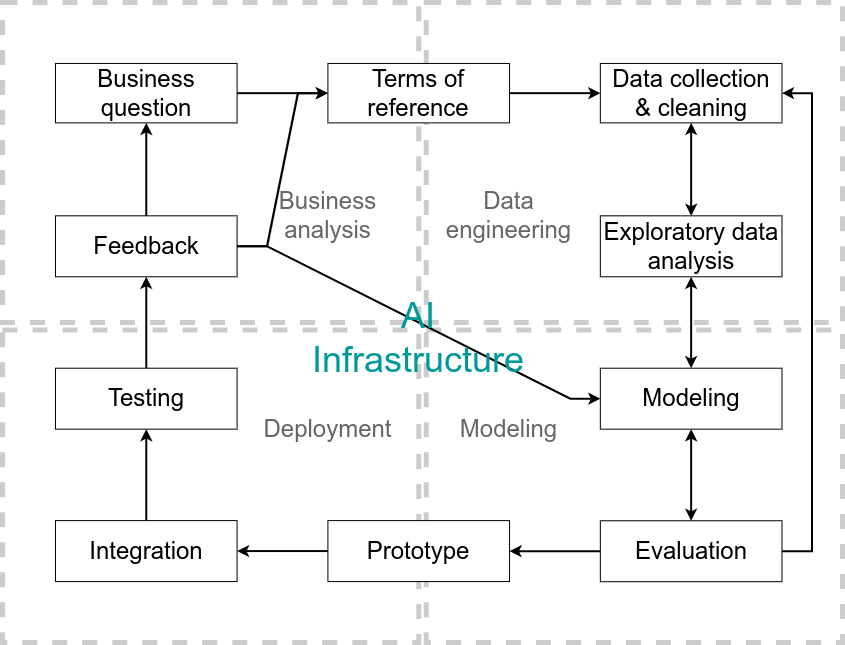
Above: diagrams/ai_project_development_life_cycle.drawio.png in ryndovaira-org/data_science_lectures (draw.io), before the change. Source tidied: cells renumbered, new cells last; positions are measured from the earlier drawing's top-left corner, leaving out a move shared by most shapes.
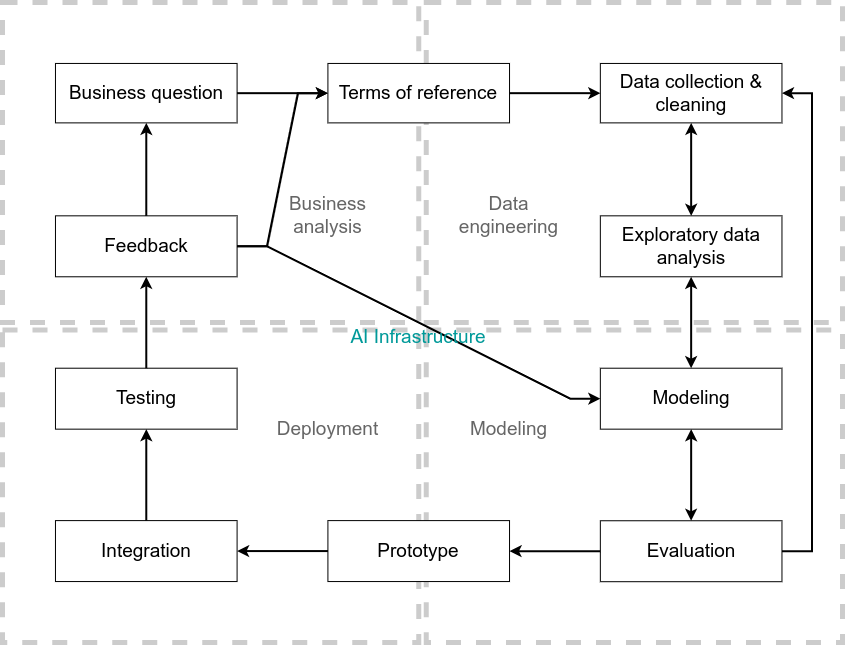
Above is the later version.

What changed in the source:
```diff
@@ -2,103 +2,103 @@
   <root>
     <mxCell id="0" />
     <mxCell id="1" parent="0" />
-    <mxCell id="2" style="group;" parent="1" vertex="1">
+    <mxCell id="2" style="group;fontSize=19;" parent="1" vertex="1">
       <mxGeometry width="840" height="640" as="geometry" />
     </mxCell>
-    <mxCell id="3" style="rounded=0;whiteSpace=wrap;html=1;strokeColor=#CCCCCC;fontFamily=Helvetica;fontSize=12;fontColor=default;fillColor=none;dashed=1;strokeWidth=5;" parent="2" vertex="1">
+    <mxCell id="3" style="rounded=0;whiteSpace=wrap;html=1;strokeColor=#CCCCCC;fontFamily=Helvetica;fontSize=19;fontColor=default;fillColor=none;dashed=1;strokeWidth=5;" parent="2" vertex="1">
       <mxGeometry width="416.2" height="320" as="geometry" />
     </mxCell>
-    <mxCell id="4" style="rounded=0;whiteSpace=wrap;html=1;strokeColor=#CCCCCC;fontFamily=Helvetica;fontSize=12;fontColor=default;fillColor=none;dashed=1;strokeWidth=5;" parent="2" vertex="1">
+    <mxCell id="4" style="rounded=0;whiteSpace=wrap;html=1;strokeColor=#CCCCCC;fontFamily=Helvetica;fontSize=19;fontColor=default;fillColor=none;dashed=1;strokeWidth=5;" parent="2" vertex="1">
       <mxGeometry y="327.6" width="416.2" height="312.4" as="geometry" />
     </mxCell>
-    <mxCell id="5" style="rounded=0;whiteSpace=wrap;html=1;strokeColor=#CCCCCC;fontFamily=Helvetica;fontSize=12;fontColor=default;fillColor=none;dashed=1;strokeWidth=5;" parent="2" vertex="1">
+    <mxCell id="5" style="rounded=0;whiteSpace=wrap;html=1;strokeColor=#CCCCCC;fontFamily=Helvetica;fontSize=19;fontColor=default;fillColor=none;dashed=1;strokeWidth=5;" parent="2" vertex="1">
       <mxGeometry x="423.8" width="416.2" height="320" as="geometry" />
     </mxCell>
-    <mxCell id="6" style="rounded=0;whiteSpace=wrap;html=1;strokeColor=#CCCCCC;fontFamily=Helvetica;fontSize=12;fontColor=default;fillColor=none;dashed=1;strokeWidth=5;" parent="2" vertex="1">
+    <mxCell id="6" style="rounded=0;whiteSpace=wrap;html=1;strokeColor=#CCCCCC;fontFamily=Helvetica;fontSize=19;fontColor=default;fillColor=none;dashed=1;strokeWidth=5;" parent="2" vertex="1">
       <mxGeometry x="423.8" y="327.6" width="416.2" height="312.4" as="geometry" />
     </mxCell>
-    <mxCell id="7" value="&lt;font style=&quot;font-size: 24px;&quot;&gt;Business question&lt;/font&gt;" style="rounded=0;whiteSpace=wrap;html=1;" parent="2" vertex="1">
+    <mxCell id="7" value="&lt;font style=&quot;font-size: 19px;&quot;&gt;Business question&lt;/font&gt;" style="rounded=0;whiteSpace=wrap;html=1;fontSize=19;" parent="2" vertex="1">
       <mxGeometry x="53" y="61" width="181.6" height="59.4" as="geometry" />
     </mxCell>
-    <mxCell id="8" value="&lt;font style=&quot;font-size: 24px;&quot;&gt;Feedback&lt;/font&gt;" style="rounded=0;whiteSpace=wrap;html=1;" parent="2" vertex="1">
+    <mxCell id="8" value="&lt;font style=&quot;font-size: 19px;&quot;&gt;Feedback&lt;/font&gt;" style="rounded=0;whiteSpace=wrap;html=1;fontSize=19;" parent="2" vertex="1">
       <mxGeometry x="53" y="213.3" width="181.6" height="61" as="geometry" />
     </mxCell>
-    <mxCell id="9" style="edgeStyle=orthogonalEdgeStyle;rounded=0;jettySize=auto;html=1;strokeWidth=2;" parent="2" edge="1" source="8" target="7">
+    <mxCell id="9" style="edgeStyle=orthogonalEdgeStyle;rounded=0;jettySize=auto;html=1;strokeWidth=2;fontSize=19;" parent="2" edge="1" source="8" target="7">
       <mxGeometry relative="1" as="geometry" />
     </mxCell>
-    <mxCell id="10" value="&lt;font style=&quot;font-size: 24px;&quot;&gt;Terms of reference&lt;/font&gt;" style="rounded=0;whiteSpace=wrap;html=1;" parent="2" vertex="1">
+    <mxCell id="10" value="&lt;font style=&quot;font-size: 19px;&quot;&gt;Terms of reference&lt;/font&gt;" style="rounded=0;whiteSpace=wrap;html=1;fontSize=19;" parent="2" vertex="1">
       <mxGeometry x="325.4" y="61" width="181.6" height="59.4" as="geometry" />
     </mxCell>
-    <mxCell id="11" style="edgeStyle=orthogonalEdgeStyle;rounded=0;jettySize=auto;html=1;strokeWidth=2;" parent="2" edge="1" source="7" target="10">
+    <mxCell id="11" style="edgeStyle=orthogonalEdgeStyle;rounded=0;jettySize=auto;html=1;strokeWidth=2;fontSize=19;" parent="2" edge="1" source="7" target="10">
       <mxGeometry relative="1" as="geometry" />
     </mxCell>
-    <mxCell id="12" style="rounded=0;jettySize=auto;html=1;fontFamily=Helvetica;fontSize=12;fontColor=default;edgeStyle=entityRelationEdgeStyle;strokeWidth=2;" parent="2" edge="1" source="8" target="10">
+    <mxCell id="12" style="rounded=0;jettySize=auto;html=1;fontFamily=Helvetica;fontSize=19;fontColor=default;edgeStyle=entityRelationEdgeStyle;strokeWidth=2;" parent="2" edge="1" source="8" target="10">
       <mxGeometry relative="1" as="geometry" />
     </mxCell>
-    <mxCell id="13" value="&lt;font style=&quot;font-size: 24px;&quot;&gt;Data collection &amp;amp; cleaning&lt;/font&gt;" style="rounded=0;whiteSpace=wrap;html=1;" parent="2" vertex="1">
+    <mxCell id="13" value="&lt;font style=&quot;font-size: 19px;&quot;&gt;Data collection &amp;amp; cleaning&lt;/font&gt;" style="rounded=0;whiteSpace=wrap;html=1;fontSize=19;" parent="2" vertex="1">
       <mxGeometry x="597.8" y="61" width="181.6" height="59.4" as="geometry" />
     </mxCell>
-    <mxCell id="14" style="edgeStyle=orthogonalEdgeStyle;rounded=0;jettySize=auto;html=1;strokeWidth=2;" parent="2" edge="1" source="10" target="13">
+    <mxCell id="14" style="edgeStyle=orthogonalEdgeStyle;rounded=0;jettySize=auto;html=1;strokeWidth=2;fontSize=19;" parent="2" edge="1" source="10" target="13">
       <mxGeometry relative="1" as="geometry" />
     </mxCell>
-    <mxCell id="15" value="&lt;font style=&quot;font-size: 24px;&quot;&gt;Exploratory data analysis&lt;/font&gt;" style="rounded=0;whiteSpace=wrap;html=1;" parent="2" vertex="1">
+    <mxCell id="15" value="&lt;font style=&quot;font-size: 19px;&quot;&gt;Exploratory data analysis&lt;/font&gt;" style="rounded=0;whiteSpace=wrap;html=1;fontSize=19;" parent="2" vertex="1">
       <mxGeometry x="597.8" y="213.3" width="181.6" height="61" as="geometry" />
     </mxCell>
-    <mxCell id="16" style="endArrow=classic;startArrow=classic;rounded=0;jettySize=auto;html=1;fontFamily=Helvetica;fontSize=12;fontColor=default;strokeWidth=2;" parent="2" edge="1" source="15" target="13">
+    <mxCell id="16" style="endArrow=classic;startArrow=classic;rounded=0;jettySize=auto;html=1;fontFamily=Helvetica;fontSize=19;fontColor=default;strokeWidth=2;" parent="2" edge="1" source="15" target="13">
       <mxGeometry relative="1" as="geometry" />
     </mxCell>
-    <mxCell id="17" value="&lt;font style=&quot;font-size: 24px;&quot;&gt;Evaluation&lt;/font&gt;" style="rounded=0;whiteSpace=wrap;html=1;" parent="2" vertex="1">
+    <mxCell id="17" value="&lt;font style=&quot;font-size: 19px;&quot;&gt;Evaluation&lt;/font&gt;" style="rounded=0;whiteSpace=wrap;html=1;fontSize=19;" parent="2" vertex="1">
       <mxGeometry x="597.8" y="518.2" width="181.6" height="61" as="geometry" />
     </mxCell>
-    <mxCell id="18" style="edgeStyle=entityRelationEdgeStyle;rounded=0;jettySize=auto;html=1;fontFamily=Helvetica;fontSize=12;fontColor=default;strokeWidth=2;" parent="2" edge="1" source="17" target="13">
+    <mxCell id="18" style="edgeStyle=entityRelationEdgeStyle;rounded=0;jettySize=auto;html=1;fontFamily=Helvetica;fontSize=19;fontColor=default;strokeWidth=2;" parent="2" edge="1" source="17" target="13">
       <mxGeometry relative="1" as="geometry" />
     </mxCell>
-    <mxCell id="19" value="&lt;font style=&quot;font-size: 24px;&quot;&gt;Modeling&lt;/font&gt;" style="rounded=0;whiteSpace=wrap;html=1;" parent="2" vertex="1">
+    <mxCell id="19" value="&lt;font style=&quot;font-size: 19px;&quot;&gt;Modeling&lt;/font&gt;" style="rounded=0;whiteSpace=wrap;html=1;fontSize=19;" parent="2" vertex="1">
       <mxGeometry x="597.8" y="365.7" width="181.6" height="61" as="geometry" />
     </mxCell>
-    <mxCell id="20" style="endArrow=classic;startArrow=classic;rounded=0;jettySize=auto;html=1;strokeWidth=2;" parent="2" edge="1" source="15" target="19">
+    <mxCell id="20" style="endArrow=classic;startArrow=classic;rounded=0;jettySize=auto;html=1;strokeWidth=2;fontSize=19;" parent="2" edge="1" source="15" target="19">
       <mxGeometry relative="1" as="geometry" />
     </mxCell>
-    <mxCell id="21" style="endArrow=classic;startArrow=classic;rounded=0;jettySize=auto;html=1;strokeWidth=2;" parent="2" edge="1" source="19" target="17">
+    <mxCell id="21" style="endArrow=classic;startArrow=classic;rounded=0;jettySize=auto;html=1;strokeWidth=2;fontSize=19;" parent="2" edge="1" source="19" target="17">
       <mxGeometry relative="1" as="geometry" />
     </mxCell>
-    <mxCell id="22" value="&lt;font color=&quot;#666666&quot; style=&quot;font-size: 24px;&quot;&gt;Deployment&lt;/font&gt;" style="text;html=1;strokeColor=none;fillColor=none;align=center;verticalAlign=middle;whiteSpace=wrap;rounded=0;fontSize=12;fontFamily=Helvetica;fontColor=default;" parent="2" vertex="1">
+    <mxCell id="22" value="&lt;font color=&quot;#666666&quot; style=&quot;font-size: 19px;&quot;&gt;Deployment&lt;/font&gt;" style="text;html=1;strokeColor=none;fillColor=none;align=center;verticalAlign=middle;whiteSpace=wrap;rounded=0;fontSize=19;fontFamily=Helvetica;fontColor=default;" parent="2" vertex="1">
       <mxGeometry x="264.9" y="396.2" width="121.1" height="61" as="geometry" />
     </mxCell>
-    <mxCell id="23" value="&lt;font style=&quot;font-size: 24px;&quot;&gt;Testing&lt;/font&gt;" style="rounded=0;whiteSpace=wrap;html=1;" parent="2" vertex="1">
+    <mxCell id="23" value="&lt;font style=&quot;font-size: 19px;&quot;&gt;Testing&lt;/font&gt;" style="rounded=0;whiteSpace=wrap;html=1;fontSize=19;" parent="2" vertex="1">
       <mxGeometry x="53" y="365.7" width="181.6" height="61" as="geometry" />
     </mxCell>
-    <mxCell id="24" value="&lt;font style=&quot;font-size: 24px;&quot;&gt;Integration&lt;/font&gt;" style="rounded=0;whiteSpace=wrap;html=1;" parent="2" vertex="1">
+    <mxCell id="24" value="&lt;font style=&quot;font-size: 19px;&quot;&gt;Integration&lt;/font&gt;" style="rounded=0;whiteSpace=wrap;html=1;fontSize=19;" parent="2" vertex="1">
       <mxGeometry x="53" y="518.1" width="181.6" height="61" as="geometry" />
     </mxCell>
-    <mxCell id="25" style="edgeStyle=orthogonalEdgeStyle;rounded=0;jettySize=auto;html=1;entryX=0.5;entryY=1;entryDx=0;entryDy=0;strokeWidth=2;" parent="2" edge="1" source="24" target="23">
+    <mxCell id="25" style="edgeStyle=orthogonalEdgeStyle;rounded=0;jettySize=auto;html=1;entryX=0.5;entryY=1;entryDx=0;entryDy=0;strokeWidth=2;fontSize=19;" parent="2" edge="1" source="24" target="23">
       <mxGeometry relative="1" as="geometry" />
     </mxCell>
-    <mxCell id="26" value="&lt;font style=&quot;font-size: 24px;&quot;&gt;Prototype&lt;/font&gt;" style="rounded=0;whiteSpace=wrap;html=1;" parent="2" vertex="1">
+    <mxCell id="26" value="&lt;font style=&quot;font-size: 19px;&quot;&gt;Prototype&lt;/font&gt;" style="rounded=0;whiteSpace=wrap;html=1;fontSize=19;" parent="2" vertex="1">
       <mxGeometry x="325.4" y="518.1" width="181.6" height="61" as="geometry" />
     </mxCell>
-    <mxCell id="27" style="edgeStyle=orthogonalEdgeStyle;rounded=0;jettySize=auto;html=1;strokeWidth=2;" parent="2" edge="1" source="26" target="24">
+    <mxCell id="27" style="edgeStyle=orthogonalEdgeStyle;rounded=0;jettySize=auto;html=1;strokeWidth=2;fontSize=19;" parent="2" edge="1" source="26" target="24">
       <mxGeometry relative="1" as="geometry" />
     </mxCell>
-    <mxCell id="28" value="&lt;font style=&quot;font-size: 24px;&quot; color=&quot;#666666&quot;&gt;Business analysis&lt;/font&gt;" style="text;html=1;strokeColor=none;fillColor=none;align=center;verticalAlign=middle;whiteSpace=wrap;rounded=0;fontSize=12;fontFamily=Helvetica;fontColor=default;" parent="2" vertex="1">
+    <mxCell id="28" value="&lt;font style=&quot;font-size: 19px;&quot; color=&quot;#666666&quot;&gt;Business analysis&lt;/font&gt;" style="text;html=1;strokeColor=none;fillColor=none;align=center;verticalAlign=middle;whiteSpace=wrap;rounded=0;fontSize=19;fontFamily=Helvetica;fontColor=default;" parent="2" vertex="1">
       <mxGeometry x="264.9" y="182.9" width="121.1" height="61" as="geometry" />
     </mxCell>
-    <mxCell id="29" value="&lt;font style=&quot;font-size: 24px;&quot; color=&quot;#666666&quot;&gt;Data engineering&lt;/font&gt;" style="text;html=1;strokeColor=none;fillColor=none;align=center;verticalAlign=middle;whiteSpace=wrap;rounded=0;fontSize=12;fontFamily=Helvetica;fontColor=default;" parent="2" vertex="1">
+    <mxCell id="29" value="&lt;font style=&quot;font-size: 19px;&quot; color=&quot;#666666&quot;&gt;Data engineering&lt;/font&gt;" style="text;html=1;strokeColor=none;fillColor=none;align=center;verticalAlign=middle;whiteSpace=wrap;rounded=0;fontSize=19;fontFamily=Helvetica;fontColor=default;" parent="2" vertex="1">
       <mxGeometry x="446.5" y="182.9" width="121.1" height="61" as="geometry" />
     </mxCell>
-    <mxCell id="30" value="&lt;font style=&quot;font-size: 24px;&quot; color=&quot;#666666&quot;&gt;Modeling&lt;/font&gt;" style="text;html=1;strokeColor=none;fillColor=none;align=center;verticalAlign=middle;whiteSpace=wrap;rounded=0;fontSize=12;fontFamily=Helvetica;fontColor=default;" parent="2" vertex="1">
+    <mxCell id="30" value="&lt;font style=&quot;font-size: 19px;&quot; color=&quot;#666666&quot;&gt;Modeling&lt;/font&gt;" style="text;html=1;strokeColor=none;fillColor=none;align=center;verticalAlign=middle;whiteSpace=wrap;rounded=0;fontSize=19;fontFamily=Helvetica;fontColor=default;" parent="2" vertex="1">
       <mxGeometry x="446.5" y="396.2" width="121.1" height="61" as="geometry" />
     </mxCell>
-    <mxCell id="31" style="edgeStyle=orthogonalEdgeStyle;rounded=0;jettySize=auto;html=1;strokeWidth=2;" parent="2" edge="1" source="23" target="8">
+    <mxCell id="31" style="edgeStyle=orthogonalEdgeStyle;rounded=0;jettySize=auto;html=1;strokeWidth=2;fontSize=19;" parent="2" edge="1" source="23" target="8">
       <mxGeometry relative="1" as="geometry" />
     </mxCell>
-    <mxCell id="32" style="rounded=0;jettySize=auto;html=1;fontFamily=Helvetica;fontSize=12;fontColor=default;exitX=1;exitY=0.5;exitDx=0;exitDy=0;edgeStyle=entityRelationEdgeStyle;elbow=vertical;strokeWidth=2;" parent="2" edge="1" source="8" target="19">
+    <mxCell id="32" style="rounded=0;jettySize=auto;html=1;fontFamily=Helvetica;fontSize=19;fontColor=default;exitX=1;exitY=0.5;exitDx=0;exitDy=0;edgeStyle=entityRelationEdgeStyle;elbow=vertical;strokeWidth=2;" parent="2" edge="1" source="8" target="19">
       <mxGeometry relative="1" as="geometry" />
     </mxCell>
-    <mxCell id="33" value="&lt;font color=&quot;#009999&quot; style=&quot;font-size: 36px;&quot;&gt;AI Infrastructure&lt;/font&gt;" style="text;html=1;strokeColor=none;fillColor=none;align=center;verticalAlign=middle;whiteSpace=wrap;rounded=0;fontSize=12;fontFamily=Helvetica;fontColor=default;" parent="2" vertex="1">
+    <mxCell id="33" value="&lt;font color=&quot;#009999&quot; style=&quot;font-size: 19px;&quot;&gt;AI Infrastructure&lt;/font&gt;" style="text;html=1;strokeColor=none;fillColor=none;align=center;verticalAlign=middle;whiteSpace=wrap;rounded=0;fontSize=19;fontFamily=Helvetica;fontColor=default;" parent="2" vertex="1">
       <mxGeometry x="325.4" y="274.3" width="181.6" height="121.9" as="geometry" />
     </mxCell>
-    <mxCell id="34" style="edgeStyle=orthogonalEdgeStyle;rounded=0;jettySize=auto;html=1;strokeWidth=2;" parent="2" edge="1" source="17" target="26">
+    <mxCell id="34" style="edgeStyle=orthogonalEdgeStyle;rounded=0;jettySize=auto;html=1;strokeWidth=2;fontSize=19;" parent="2" edge="1" source="17" target="26">
       <mxGeometry relative="1" as="geometry" />
     </mxCell>
   </root>
```
